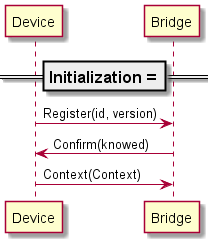
Before: doc/img/ProtocoleSequences.png, a diagram exported from PlantUML (H4KRO/Open-IoT-gRPC). Source of this version:
```plantuml
@startuml

=== Initialization ===
Device -> Bridge : Register(id, version)
Bridge -> Device : Confirm(knowed)
Device -> Bridge : Context(Context)

@enduml
```
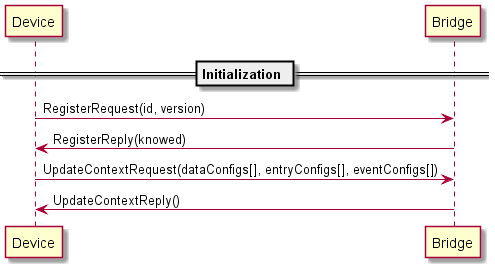
Above is the later version.

Commit message:
Implement Register UpdateContext request and reply

What changed in the source:
```diff
@@ -1,8 +1,9 @@
 @startuml
 
-=== Initialization ===
-Device -> Bridge : Register(id, version)
-Bridge -> Device : Confirm(knowed)
-Device -> Bridge : Context(Context)
+== Initialization ==
+Device -> Bridge : RegisterRequest(id, version)
+Bridge -> Device : RegisterReply(knowed)
+Device -> Bridge : UpdateContextRequest(dataConfigs[], entryConfigs[], eventConfigs[])
+Bridge -> Device : UpdateContextReply()
 
 @enduml
```
